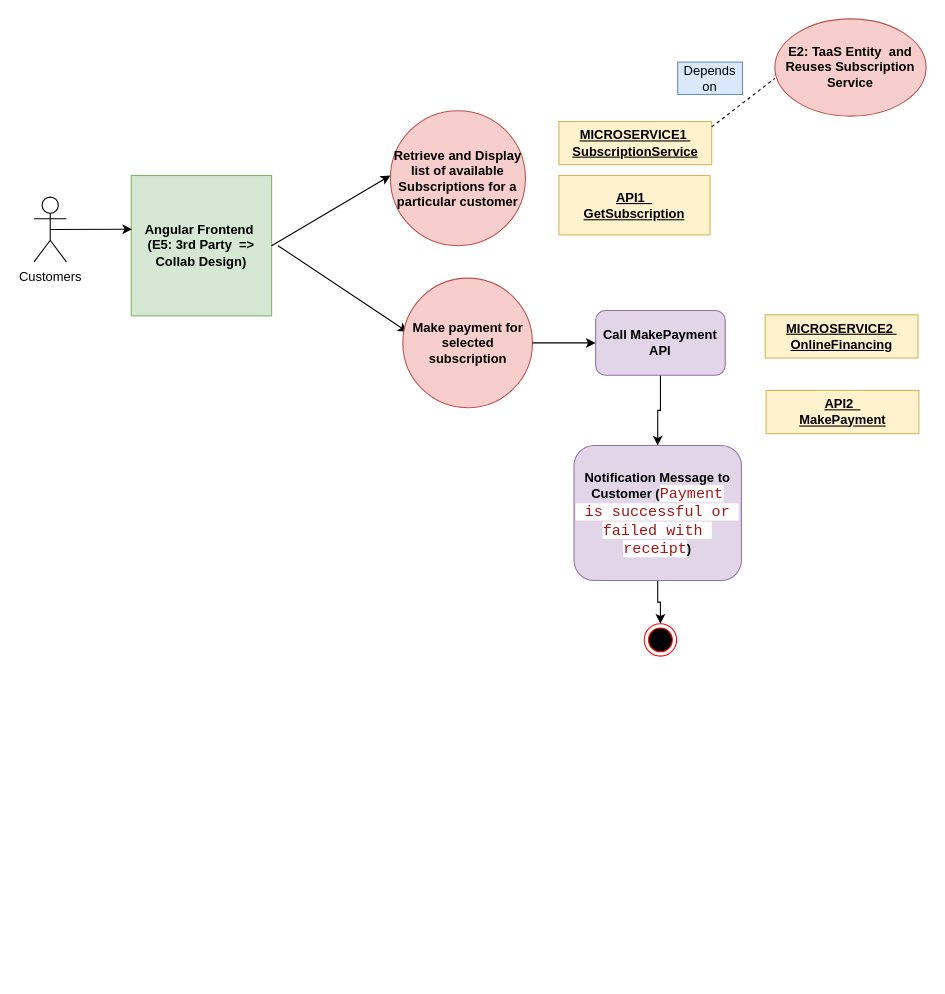
Above: thirdparty.drawio in atheeswaran/Dissertation_VehicleAPIPlatform (draw.io), before the change. Source tidied: cells renumbered, new cells numbered last; positions are measured from the earlier drawing's top-left corner, leaving out a move shared by most shapes. Both pictures are drawn from the tidied source at 108%, with x=0, y=0 at pixel (33, 18).
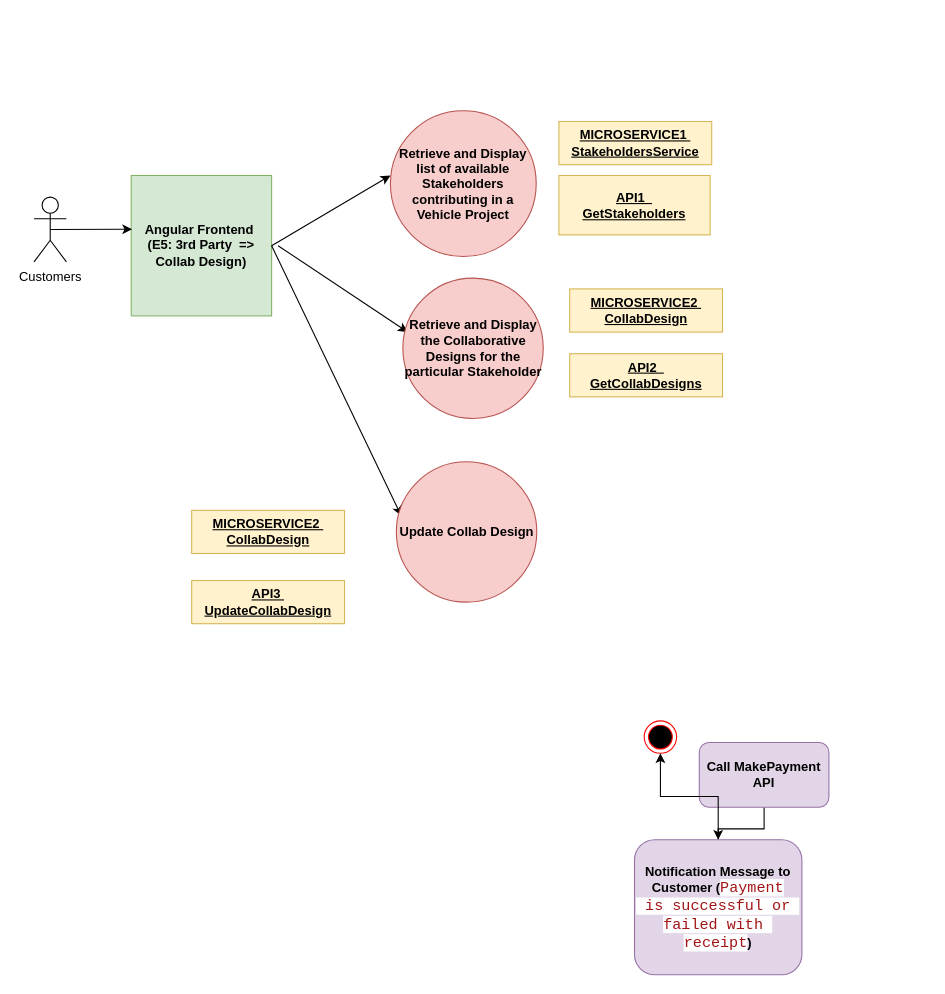
After the change.

Unchanged cells that the change refers to:
```xml
<mxCell id="3" value="&lt;b&gt;Angular Frontend&amp;nbsp; (E5: 3rd Party&amp;nbsp; =&amp;gt; Collab Design)&lt;/b&gt;" style="whiteSpace=wrap;html=1;fillColor=#d5e8d4;strokeColor=#82b366;" parent="1" vertex="1">
  <mxGeometry x="90" y="145" width="130" height="130" as="geometry" />
</mxCell>
```

The edit, as a diff of the source:
```diff
@@
-    <mxCell id="6" value="&lt;b&gt;Retrieve and Display list of available Subscriptions for a particular customer&lt;/b&gt;" style="ellipse;whiteSpace=wrap;html=1;fillColor=#f8cecc;strokeColor=#b85450;" parent="1" vertex="1">
-      <mxGeometry x="330" y="85" width="125" height="125" as="geometry" />
+    <mxCell id="6" value="&lt;b&gt;Retrieve and Display list of available Stakeholders contributing in a Vehicle Project&lt;/b&gt;" style="ellipse;whiteSpace=wrap;html=1;fillColor=#f8cecc;strokeColor=#b85450;" parent="1" vertex="1">
+      <mxGeometry x="330" y="85" width="135" height="135" as="geometry" />
     </mxCell>
-    <mxCell id="7" value="&lt;b&gt;&lt;u&gt;MICROSERVICE1&amp;nbsp;&lt;/u&gt;&lt;/b&gt;&lt;div&gt;&lt;b&gt;&lt;u&gt;SubscriptionService&lt;/u&gt;&lt;/b&gt;&lt;/div&gt;" style="text;html=1;strokeColor=#d6b656;fillColor=#fff2cc;align=center;verticalAlign=middle;whiteSpace=wrap;rounded=0;" parent="1" vertex="1">
+    <mxCell id="7" value="&lt;b&gt;&lt;u&gt;MICROSERVICE1&amp;nbsp;&lt;/u&gt;&lt;/b&gt;&lt;div&gt;&lt;b&gt;&lt;u&gt;StakeholdersService&lt;/u&gt;&lt;/b&gt;&lt;/div&gt;" style="text;html=1;strokeColor=#d6b656;fillColor=#fff2cc;align=center;verticalAlign=middle;whiteSpace=wrap;rounded=0;" parent="1" vertex="1">
       <mxGeometry x="486" y="95" width="141.5" height="40" as="geometry" />
     </mxCell>
-    <mxCell id="8" value="&lt;b&gt;&lt;u&gt;API1&amp;nbsp;&amp;nbsp;&lt;/u&gt;&lt;/b&gt;&lt;div&gt;&lt;b&gt;&lt;u&gt;GetSubscription&lt;/u&gt;&lt;/b&gt;&lt;/div&gt;" style="text;html=1;strokeColor=#d6b656;fillColor=#fff2cc;align=center;verticalAlign=middle;whiteSpace=wrap;rounded=0;" parent="1" vertex="1">
+    <mxCell id="8" value="&lt;b&gt;&lt;u&gt;API1&amp;nbsp;&amp;nbsp;&lt;/u&gt;&lt;/b&gt;&lt;div&gt;&lt;b&gt;&lt;u&gt;GetStakeholders&lt;/u&gt;&lt;/b&gt;&lt;/div&gt;" style="text;html=1;strokeColor=#d6b656;fillColor=#fff2cc;align=center;verticalAlign=middle;whiteSpace=wrap;rounded=0;" parent="1" vertex="1">
       <mxGeometry x="486" y="145" width="140" height="55" as="geometry" />
     </mxCell>
@@
-    <mxCell id="10" value="&lt;b&gt;Make payment for selected subscription&lt;/b&gt;" style="ellipse;whiteSpace=wrap;html=1;fillColor=#f8cecc;strokeColor=#b85450;" parent="1" vertex="1">
-      <mxGeometry x="341.5" y="240" width="120" height="120" as="geometry" />
+    <mxCell id="10" value="&lt;b&gt;Retrieve and Display the Collaborative Designs for the particular Stakeholder&lt;/b&gt;" style="ellipse;whiteSpace=wrap;html=1;fillColor=#f8cecc;strokeColor=#b85450;" parent="1" vertex="1">
+      <mxGeometry x="341.5" y="240" width="130" height="130" as="geometry" />
     </mxCell>
-    <mxCell id="11" value="&lt;b&gt;&lt;u&gt;MICROSERVICE2&amp;nbsp;&lt;/u&gt;&lt;/b&gt;&lt;div&gt;&lt;b&gt;&lt;u&gt;OnlineFinancing&lt;/u&gt;&lt;/b&gt;&lt;/div&gt;" style="text;html=1;strokeColor=#d6b656;fillColor=#fff2cc;align=center;verticalAlign=middle;whiteSpace=wrap;rounded=0;" parent="1" vertex="1">
-      <mxGeometry x="677" y="274" width="141.5" height="40" as="geometry" />
+    <mxCell id="11" value="&lt;b&gt;&lt;u&gt;MICROSERVICE2&amp;nbsp;&lt;/u&gt;&lt;/b&gt;&lt;div&gt;&lt;b&gt;&lt;u&gt;CollabDesign&lt;/u&gt;&lt;/b&gt;&lt;/div&gt;" style="text;html=1;strokeColor=#d6b656;fillColor=#fff2cc;align=center;verticalAlign=middle;whiteSpace=wrap;rounded=0;" parent="1" vertex="1">
+      <mxGeometry x="496" y="250" width="141.5" height="40" as="geometry" />
     </mxCell>
-    <mxCell id="12" value="&lt;b&gt;&lt;u&gt;API2&amp;nbsp;&amp;nbsp;&lt;/u&gt;&lt;/b&gt;&lt;div&gt;&lt;b&gt;&lt;u&gt;MakePayment&lt;/u&gt;&lt;/b&gt;&lt;/div&gt;" style="text;html=1;strokeColor=#d6b656;fillColor=#fff2cc;align=center;verticalAlign=middle;whiteSpace=wrap;rounded=0;" parent="1" vertex="1">
-      <mxGeometry x="677.8" y="344" width="141.5" height="40" as="geometry" />
+    <mxCell id="12" value="&lt;b&gt;&lt;u&gt;API2&amp;nbsp;&amp;nbsp;&lt;/u&gt;&lt;/b&gt;&lt;div&gt;&lt;b&gt;&lt;u&gt;GetCollabDesigns&lt;/u&gt;&lt;/b&gt;&lt;/div&gt;" style="text;html=1;strokeColor=#d6b656;fillColor=#fff2cc;align=center;verticalAlign=middle;whiteSpace=wrap;rounded=0;" parent="1" vertex="1">
+      <mxGeometry x="496" y="310" width="141.5" height="40" as="geometry" />
     </mxCell>
-    <mxCell id="13" style="endArrow=none;dashed=1;html=1;rounded=0;entryX=0;entryY=0.5;entryDx=0;entryDy=0;" parent="1" edge="1">
-      <mxGeometry relative="1" as="geometry">
-        <mxPoint x="627.5" y="100" as="sourcePoint" />
-        <mxPoint x="686" y="55" as="targetPoint" />
-      </mxGeometry>
-    </mxCell>
-    <mxCell id="14" value="&lt;b&gt;E2: TaaS Entity&amp;nbsp; and Reuses Subscription Service&lt;/b&gt;" style="ellipse;whiteSpace=wrap;html=1;fillColor=#f8cecc;strokeColor=#b85450;" parent="1" vertex="1">
-      <mxGeometry x="686" width="140" height="90" as="geometry" />
-    </mxCell>
-    <mxCell id="15" value="Depends on" style="text;html=1;align=center;verticalAlign=middle;whiteSpace=wrap;rounded=0;fillColor=#dae8fc;strokeColor=#6c8ebf;" parent="1" vertex="1">
-      <mxGeometry x="596" y="40" width="60" height="30" as="geometry" />
-    </mxCell>
@@
     <mxCell id="17" value="&lt;b&gt;Call MakePayment API&lt;/b&gt;" style="rounded=1;whiteSpace=wrap;html=1;fillColor=#e1d5e7;strokeColor=#9673a6;" parent="1" vertex="1">
-      <mxGeometry x="520" y="270" width="120" height="60" as="geometry" />
+      <mxGeometry x="616" y="670" width="120" height="60" as="geometry" />
     </mxCell>
     <mxCell id="18" style="ellipse;html=1;shape=endState;fillColor=#000000;strokeColor=#ff0000;" parent="1" vertex="1">
-      <mxGeometry x="565" y="560" width="30" height="30" as="geometry" />
+      <mxGeometry x="565" y="650" width="30" height="30" as="geometry" />
     </mxCell>
@@
     <mxCell id="20" value="&lt;span style=&quot;font-weight: 700;&quot;&gt;Notification Message to Customer (&lt;/span&gt;&lt;font face=&quot;Consolas, Courier New, monospace&quot; color=&quot;#a31515&quot;&gt;&lt;span style=&quot;font-size: 14px; white-space: pre; background-color: rgb(255, 255, 255);&quot;&gt;Payment&lt;/span&gt;&lt;/font&gt;&lt;div&gt;&lt;span style=&quot;background-color: rgb(255, 255, 255); font-size: 14px; white-space: pre; color: rgb(163, 21, 21); font-family: Consolas, &amp;quot;Courier New&amp;quot;, monospace;&quot;&gt; is &lt;/span&gt;&lt;span style=&quot;background-color: rgb(255, 255, 255); font-size: 14px; white-space: pre; color: rgb(163, 21, 21); font-family: Consolas, &amp;quot;Courier New&amp;quot;, monospace;&quot;&gt;successful or &lt;/span&gt;&lt;div&gt;&lt;div&gt;&lt;font face=&quot;Consolas, Courier New, monospace&quot; color=&quot;#a31515&quot;&gt;&lt;span style=&quot;font-size: 14px; white-space: pre; background-color: rgb(255, 255, 255);&quot;&gt;failed with &lt;/span&gt;&lt;/font&gt;&lt;/div&gt;&lt;div&gt;&lt;font face=&quot;Consolas, Courier New, monospace&quot; color=&quot;#a31515&quot;&gt;&lt;span style=&quot;font-size: 14px; white-space: pre; background-color: rgb(255, 255, 255);&quot;&gt;receipt&lt;/span&gt;&lt;/font&gt;&lt;span style=&quot;background-color: initial; font-weight: 700;&quot;&gt;)&lt;/span&gt;&lt;/div&gt;&lt;/div&gt;&lt;/div&gt;" style="rounded=1;whiteSpace=wrap;html=1;fillColor=#e1d5e7;strokeColor=#9673a6;" parent="1" vertex="1">
-      <mxGeometry x="500" y="395" width="155" height="125" as="geometry" />
+      <mxGeometry x="556" y="760" width="155" height="125" as="geometry" />
     </mxCell>
-    <mxCell id="21" style="endArrow=classic;html=1;rounded=0;entryX=0;entryY=0.5;entryDx=0;entryDy=0;exitX=1;exitY=0.5;exitDx=0;exitDy=0;" parent="1" edge="1" source="10" target="17">
-      <mxGeometry relative="1" as="geometry" />
-    </mxCell>
+    <mxCell id="22" style="endArrow=classic;html=1;rounded=0;exitX=1;exitY=0.5;exitDx=0;exitDy=0;" parent="1" edge="1" source="3">
+      <mxGeometry relative="1" as="geometry">
+        <mxPoint x="340" y="460" as="targetPoint" />
+      </mxGeometry>
+    </mxCell>
+    <mxCell id="23" value="&lt;b&gt;Update Collab Design&lt;/b&gt;" style="ellipse;whiteSpace=wrap;html=1;fillColor=#f8cecc;strokeColor=#b85450;" parent="1" vertex="1">
+      <mxGeometry x="335.5" y="410" width="130" height="130" as="geometry" />
+    </mxCell>
+    <mxCell id="24" value="&lt;b&gt;&lt;u&gt;MICROSERVICE2&amp;nbsp;&lt;/u&gt;&lt;/b&gt;&lt;div&gt;&lt;b&gt;&lt;u&gt;CollabDesign&lt;/u&gt;&lt;/b&gt;&lt;/div&gt;" style="text;html=1;strokeColor=#d6b656;fillColor=#fff2cc;align=center;verticalAlign=middle;whiteSpace=wrap;rounded=0;" parent="1" vertex="1">
+      <mxGeometry x="146" y="455" width="141.5" height="40" as="geometry" />
+    </mxCell>
+    <mxCell id="25" value="&lt;b&gt;&lt;u&gt;API3&amp;nbsp;&lt;/u&gt;&lt;/b&gt;&lt;div&gt;&lt;b&gt;&lt;u&gt;UpdateCollabDesign&lt;/u&gt;&lt;/b&gt;&lt;/div&gt;" style="text;html=1;strokeColor=#d6b656;fillColor=#fff2cc;align=center;verticalAlign=middle;whiteSpace=wrap;rounded=0;" parent="1" vertex="1">
+      <mxGeometry x="146" y="520" width="141.5" height="40" as="geometry" />
+    </mxCell>
```
